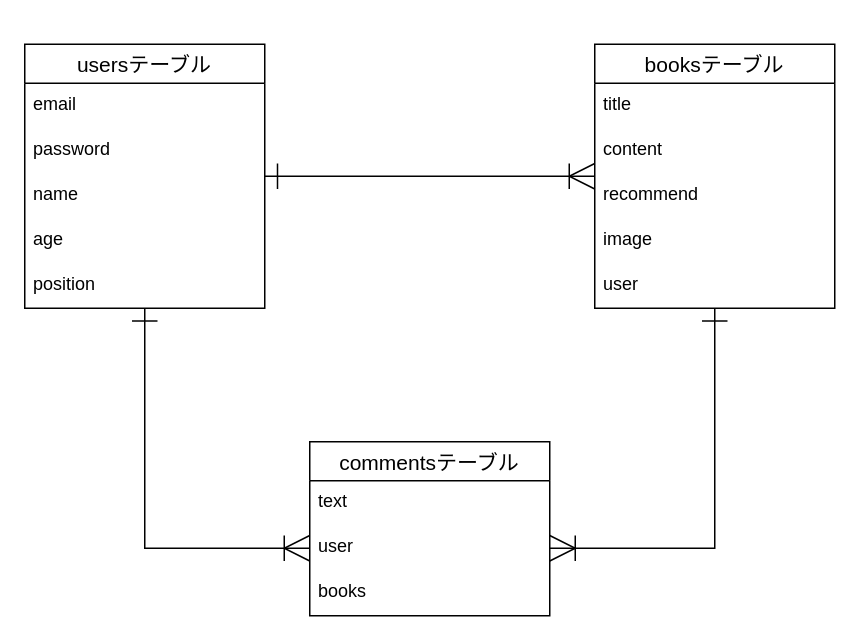
Earlier version of the draw.io diagram sharebook.dio (MKmacky/sharebook-34761). Source tidied: cells renumbered, new cells numbered last; positions are measured from the earlier drawing's top-left corner, leaving out a move shared by most shapes. Both pictures are drawn from the tidied source at 150%, with x=0, y=0 at pixel (24, 44).
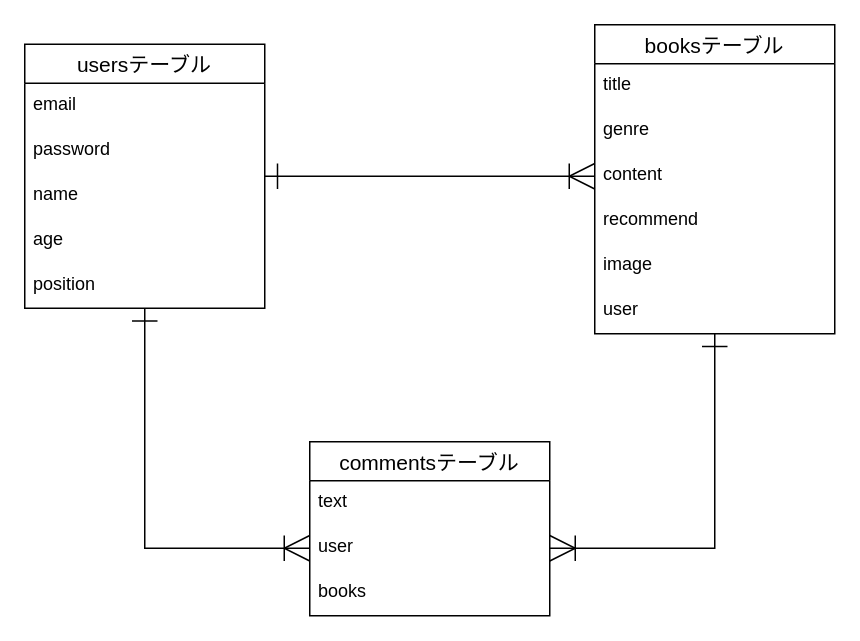
Above is the later version.

Unchanged cells that the change refers to:
```xml
<mxCell id="4" value="usersテーブル" style="swimlane;fontStyle=0;horizontal=1;startSize=26;align=center;fontSize=14;" parent="1" vertex="1">
  <mxGeometry width="160" height="176" as="geometry" />
</mxCell>
```

Change to the diagram source:
```diff
@@
-    <mxCell id="2" style="edgeStyle=orthogonalEdgeStyle;rounded=0;jettySize=auto;html=1;startArrow=ERone;startFill=0;endArrow=ERoneToMany;endFill=0;endSize=15;startSize=15;" parent="1" edge="1" source="4" target="11">
+    <mxCell id="2" style="edgeStyle=orthogonalEdgeStyle;rounded=0;jettySize=auto;html=1;startArrow=ERone;startFill=0;endArrow=ERoneToMany;endFill=0;endSize=15;startSize=15;entryX=0;entryY=0.5;entryDx=0;entryDy=0;" parent="1" edge="1" source="4" target="13">
       <mxGeometry relative="1" as="geometry" />
     </mxCell>
@@
     <mxCell id="11" value="booksテーブル" style="swimlane;fontStyle=0;horizontal=1;startSize=26;align=center;fontSize=14;" parent="1" vertex="1">
-      <mxGeometry x="380" width="160" height="176" as="geometry" />
+      <mxGeometry x="380" y="-13" width="160" height="206" as="geometry" />
     </mxCell>
@@
+    <mxCell id="21" value="genre" style="text;strokeColor=none;fillColor=none;spacingLeft=4;spacingRight=4;overflow=hidden;fontSize=12;" parent="11" vertex="1">
+      <mxGeometry y="56" width="160" height="30" as="geometry" />
+    </mxCell>
     <mxCell id="13" value="content" style="text;strokeColor=none;fillColor=none;spacingLeft=4;spacingRight=4;overflow=hidden;points=[[0,0.5],[1,0.5]];portConstraint=eastwest;fontSize=12;" parent="11" vertex="1">
-      <mxGeometry y="56" width="160" height="30" as="geometry" />
+      <mxGeometry y="86" width="160" height="30" as="geometry" />
     </mxCell>
     <mxCell id="14" value="recommend" style="text;strokeColor=none;fillColor=none;spacingLeft=4;spacingRight=4;overflow=hidden;fontSize=12;" parent="11" vertex="1">
-      <mxGeometry y="86" width="160" height="30" as="geometry" />
+      <mxGeometry y="116" width="160" height="30" as="geometry" />
     </mxCell>
     <mxCell id="15" value="image" style="text;strokeColor=none;fillColor=none;spacingLeft=4;spacingRight=4;overflow=hidden;fontSize=12;" parent="11" vertex="1">
-      <mxGeometry y="116" width="160" height="30" as="geometry" />
+      <mxGeometry y="146" width="160" height="30" as="geometry" />
     </mxCell>
     <mxCell id="16" value="user" style="text;strokeColor=none;fillColor=none;spacingLeft=4;spacingRight=4;overflow=hidden;fontSize=12;" parent="11" vertex="1">
-      <mxGeometry y="146" width="160" height="30" as="geometry" />
+      <mxGeometry y="176" width="160" height="30" as="geometry" />
     </mxCell>
```
